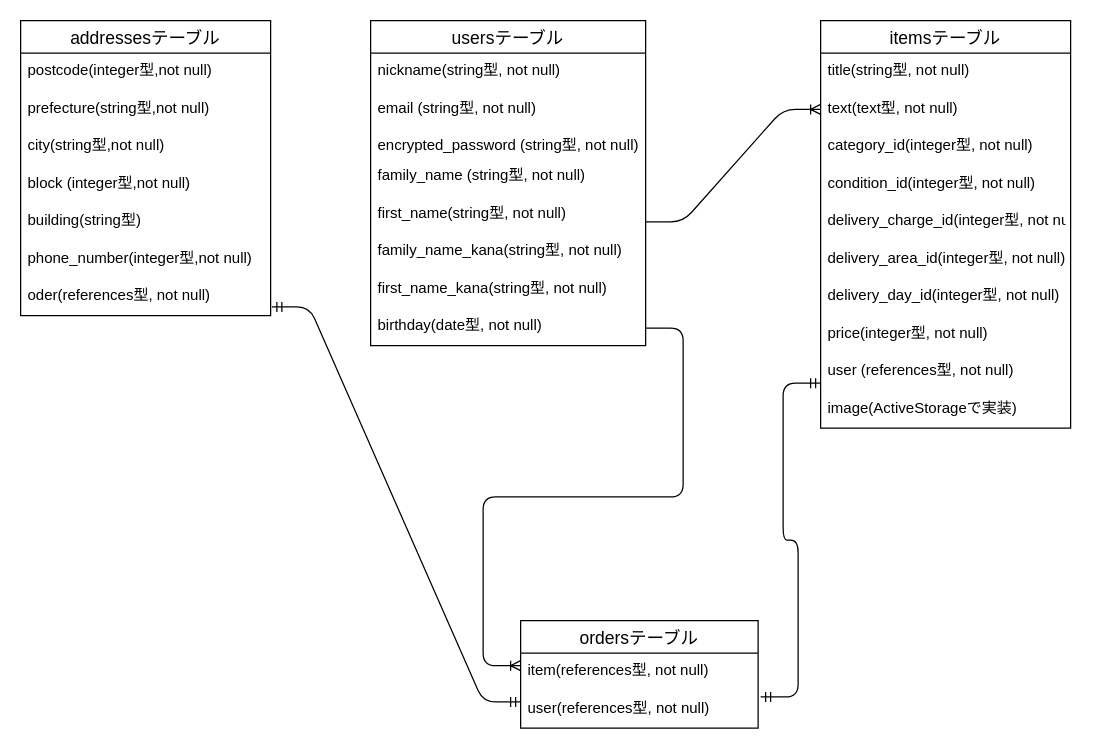
The draw.io diagram ER.dio in emily-08/furima-34769, before the edit. Source tidied: cells renumbered, new cells numbered last; positions are measured from the earlier drawing's top-left corner, leaving out a move shared by most shapes. Both pictures are drawn from the tidied source at 125%, with x=0, y=0 at pixel (20, 20).
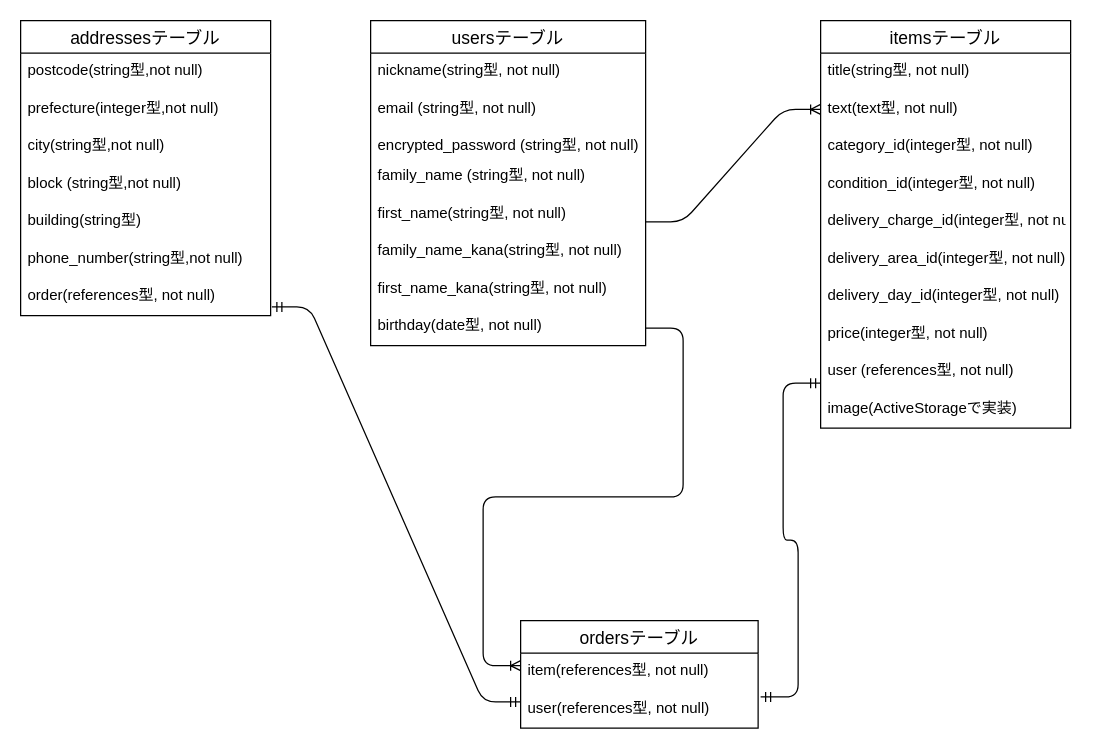
Above is the later version.

Commit message (it also covers changes not shown here):
DB設計　修正5回目

Unchanged cells that the change refers to:
```xml
<mxCell id="22" value="addressesテーブル" style="swimlane;fontStyle=0;horizontal=1;startSize=26;align=center;fontSize=14;labelBackgroundColor=none;" parent="1" vertex="1">
  <mxGeometry width="200" height="236" as="geometry" />
</mxCell>
```

What changed in the source:
```diff
@@
-    <mxCell id="23" value="postcode(integer型,not null)&#10;" style="text;strokeColor=none;fillColor=none;spacingLeft=4;spacingRight=4;overflow=hidden;fontSize=12;" parent="22" vertex="1">
+    <mxCell id="23" value="postcode(string型,not null)&#10;" style="text;strokeColor=none;fillColor=none;spacingLeft=4;spacingRight=4;overflow=hidden;fontSize=12;" parent="22" vertex="1">
       <mxGeometry y="26" width="200" height="30" as="geometry" />
     </mxCell>
-    <mxCell id="24" value="prefecture(string型,not null)" style="text;strokeColor=none;fillColor=none;spacingLeft=4;spacingRight=4;overflow=hidden;fontSize=12;" parent="22" vertex="1">
+    <mxCell id="24" value="prefecture(integer型,not null)" style="text;strokeColor=none;fillColor=none;spacingLeft=4;spacingRight=4;overflow=hidden;fontSize=12;" parent="22" vertex="1">
       <mxGeometry y="56" width="200" height="30" as="geometry" />
     </mxCell>
@@
-    <mxCell id="26" value="block (integer型,not null)" style="text;strokeColor=none;fillColor=none;spacingLeft=4;spacingRight=4;overflow=hidden;fontSize=12;" parent="22" vertex="1">
+    <mxCell id="26" value="block (string型,not null)" style="text;strokeColor=none;fillColor=none;spacingLeft=4;spacingRight=4;overflow=hidden;fontSize=12;" parent="22" vertex="1">
       <mxGeometry y="116" width="200" height="30" as="geometry" />
     </mxCell>
@@
-    <mxCell id="28" value="phone_number(integer型,not null)" style="text;strokeColor=none;fillColor=none;spacingLeft=4;spacingRight=4;overflow=hidden;fontSize=12;" parent="22" vertex="1">
+    <mxCell id="28" value="phone_number(string型,not null)" style="text;strokeColor=none;fillColor=none;spacingLeft=4;spacingRight=4;overflow=hidden;fontSize=12;" parent="22" vertex="1">
       <mxGeometry y="176" width="200" height="30" as="geometry" />
     </mxCell>
-    <mxCell id="29" value="oder(references型, not null)" style="text;strokeColor=none;fillColor=none;spacingLeft=4;spacingRight=4;overflow=hidden;points=[[0,0.5],[1,0.5]];portConstraint=eastwest;fontSize=12;" parent="22" vertex="1">
+    <mxCell id="29" value="order(references型, not null)" style="text;strokeColor=none;fillColor=none;spacingLeft=4;spacingRight=4;overflow=hidden;points=[[0,0.5],[1,0.5]];portConstraint=eastwest;fontSize=12;" parent="22" vertex="1">
       <mxGeometry y="206" width="200" height="30" as="geometry" />
     </mxCell>
```
